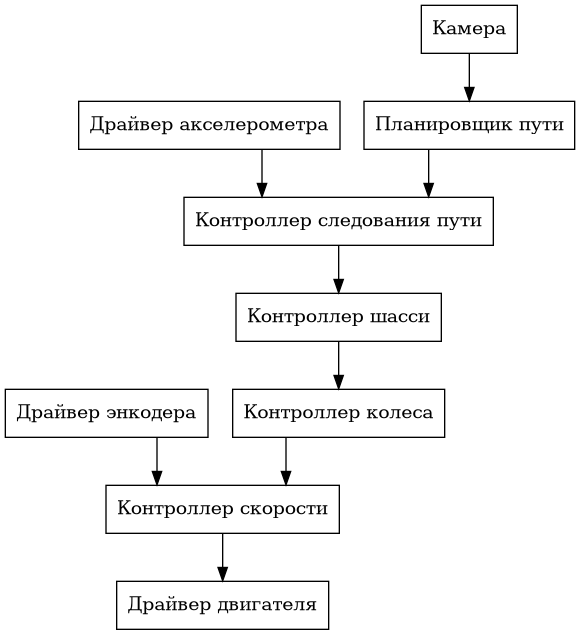
Earlier version of the Graphviz export doc/software.png (prostoiChelovek/qHandedCart). Its source is kept beside it as doc/software.dot.
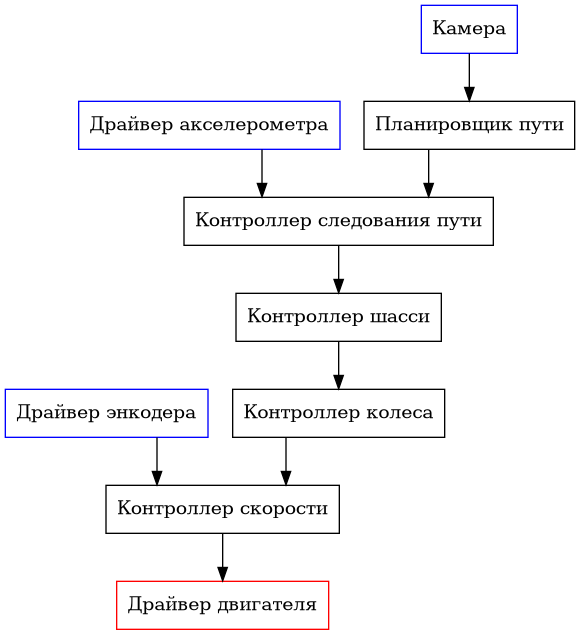
The same file after the commit.

Commit message:
highlite low-level hardware drivers on the graph

What changed in the source:
```diff
@@ -2,11 +2,15 @@
     graph [ splines = ortho ]
     node [ shape = box ]
 
-    encoder_driver [label = "Драйвер энкодера"]
-    accelerometer_driver [label = "Драйвер акселерометра"]
-    camera [label = "Камера"]
+    {
+        node [color = blue]
 
-    motor_driver [label = "Драйвер двигателя"]
+        encoder_driver [label = "Драйвер энкодера"]
+        accelerometer_driver [label = "Драйвер акселерометра"]
+        camera [label = "Камера"]
+    }
+
+    motor_driver [label = "Драйвер двигателя" color = red]
 
     speed_controller [label = "Контроллер скорости"]
 
```
